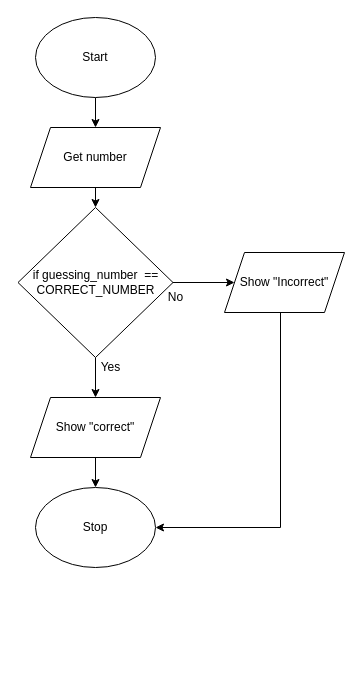
Aleksandr-Ten/ICS3U-Unit3-03-Python keeps this draw.io diagram as flowchart.drawio. Above is the earlier version. Source tidied: cells renumbered, new cells numbered last; positions are measured from the earlier drawing's top-left corner, leaving out a move shared by most shapes. Both pictures are drawn from the tidied source at 100%, with x=0, y=0 at pixel (18, 17).
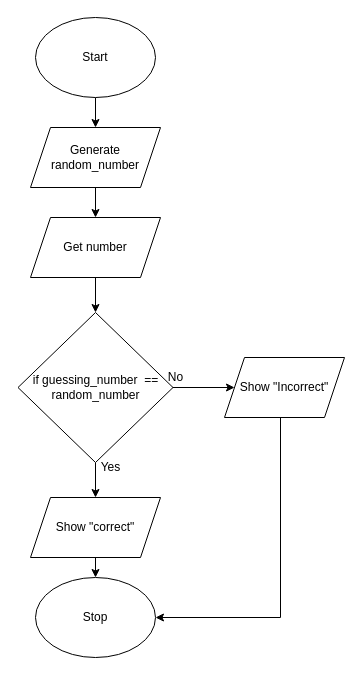
Above is the later version.

The edit, as a diff of the source:
```diff
@@
 <mxGraphModel>
   <root>
     <mxCell id="0" />
     <mxCell id="1" parent="0" />
-    <mxCell id="2" style="edgeStyle=none;html=1;exitX=0.5;exitY=1;exitDx=0;exitDy=0;" parent="1" edge="1" source="3" target="5">
-      <mxGeometry relative="1" as="geometry" />
-    </mxCell>
+    <mxCell id="16" style="edgeStyle=orthogonalEdgeStyle;rounded=0;html=1;exitX=0.5;exitY=1;exitDx=0;exitDy=0;entryX=0.5;entryY=0;entryDx=0;entryDy=0;" parent="1" edge="1" source="3" target="18">
+      <mxGeometry relative="1" as="geometry" />
+    </mxCell>
     <mxCell id="3" value="Start" style="ellipse;whiteSpace=wrap;html=1;" parent="1" vertex="1">
       <mxGeometry x="17" width="120" height="80" as="geometry" />
     </mxCell>
     <mxCell id="4" style="edgeStyle=none;html=1;" parent="1" edge="1" source="5" target="11">
       <mxGeometry relative="1" as="geometry" />
     </mxCell>
     <mxCell id="5" value="Get number" style="shape=parallelogram;perimeter=parallelogramPerimeter;whiteSpace=wrap;html=1;fixedSize=1;" parent="1" vertex="1">
-      <mxGeometry x="12" y="110" width="130" height="60" as="geometry" />
+      <mxGeometry x="12" y="200" width="130" height="60" as="geometry" />
     </mxCell>
     <mxCell id="6" style="edgeStyle=none;html=1;exitX=0.5;exitY=1;exitDx=0;exitDy=0;" parent="1" edge="1" source="11" target="8">
       <mxGeometry relative="1" as="geometry" />
     </mxCell>
     <mxCell id="7" style="edgeStyle=none;html=1;" parent="1" edge="1" source="8" target="9">
       <mxGeometry relative="1" as="geometry" />
     </mxCell>
     <mxCell id="8" value="Show &quot;correct&quot;" style="shape=parallelogram;perimeter=parallelogramPerimeter;whiteSpace=wrap;html=1;fixedSize=1;" parent="1" vertex="1">
-      <mxGeometry x="12" y="380" width="130" height="60" as="geometry" />
+      <mxGeometry x="12" y="480" width="130" height="60" as="geometry" />
     </mxCell>
     <mxCell id="9" value="Stop" style="ellipse;whiteSpace=wrap;html=1;" parent="1" vertex="1">
-      <mxGeometry x="17" y="470" width="120" height="80" as="geometry" />
+      <mxGeometry x="17" y="560" width="120" height="80" as="geometry" />
     </mxCell>
     <mxCell id="10" style="edgeStyle=none;html=1;exitX=1;exitY=0.5;exitDx=0;exitDy=0;" parent="1" edge="1" source="11" target="13">
       <mxGeometry relative="1" as="geometry" />
     </mxCell>
-    <mxCell id="11" value="if guessing_number&amp;nbsp; == CORRECT_NUMBER" style="rhombus;whiteSpace=wrap;html=1;" parent="1" vertex="1">
-      <mxGeometry x="-0.5" y="190" width="155" height="150" as="geometry" />
+    <mxCell id="11" value="if guessing_number&amp;nbsp; == random_number" style="rhombus;whiteSpace=wrap;html=1;" parent="1" vertex="1">
+      <mxGeometry x="-0.5" y="295" width="155" height="150" as="geometry" />
     </mxCell>
-    <mxCell id="12" style="edgeStyle=orthogonalEdgeStyle;html=1;entryX=1;entryY=0.5;entryDx=0;entryDy=0;rounded=0;" parent="1" edge="1" source="13" target="9">
+    <mxCell id="12" style="edgeStyle=orthogonalEdgeStyle;html=1;rounded=0;" parent="1" edge="1" source="13">
       <mxGeometry relative="1" as="geometry">
+        <mxPoint x="137" y="600" as="targetPoint" />
         <Array as="points">
-          <mxPoint x="262" y="510" />
+          <mxPoint x="262" y="600" />
         </Array>
       </mxGeometry>
     </mxCell>
     <mxCell id="13" value="Show &quot;Incorrect&quot;" style="shape=parallelogram;perimeter=parallelogramPerimeter;whiteSpace=wrap;html=1;fixedSize=1;" parent="1" vertex="1">
-      <mxGeometry x="206" y="235" width="120" height="60" as="geometry" />
+      <mxGeometry x="206" y="340" width="120" height="60" as="geometry" />
     </mxCell>
     <mxCell id="14" value="No" style="text;html=1;align=center;verticalAlign=middle;fillColor=none;strokeColor=none;rounded=0;" parent="1" vertex="1">
-      <mxGeometry x="142" y="270" width="30" height="20" as="geometry" />
+      <mxGeometry x="142" y="350" width="30" height="20" as="geometry" />
     </mxCell>
     <mxCell id="15" value="Yes" style="text;html=1;align=center;verticalAlign=middle;fillColor=none;strokeColor=none;rounded=0;" parent="1" vertex="1">
-      <mxGeometry x="72" y="340" width="40" height="20" as="geometry" />
+      <mxGeometry x="72" y="440" width="40" height="20" as="geometry" />
     </mxCell>
+    <mxCell id="17" style="edgeStyle=orthogonalEdgeStyle;rounded=0;html=1;exitX=0.5;exitY=1;exitDx=0;exitDy=0;entryX=0.5;entryY=0;entryDx=0;entryDy=0;" parent="1" edge="1" source="18" target="5">
+      <mxGeometry relative="1" as="geometry" />
+    </mxCell>
+    <mxCell id="18" value="Generate random_number" style="shape=parallelogram;perimeter=parallelogramPerimeter;whiteSpace=wrap;html=1;fixedSize=1;" parent="1" vertex="1">
+      <mxGeometry x="12" y="110" width="130" height="60" as="geometry" />
+    </mxCell>
   </root>
 </mxGraphModel>
```
